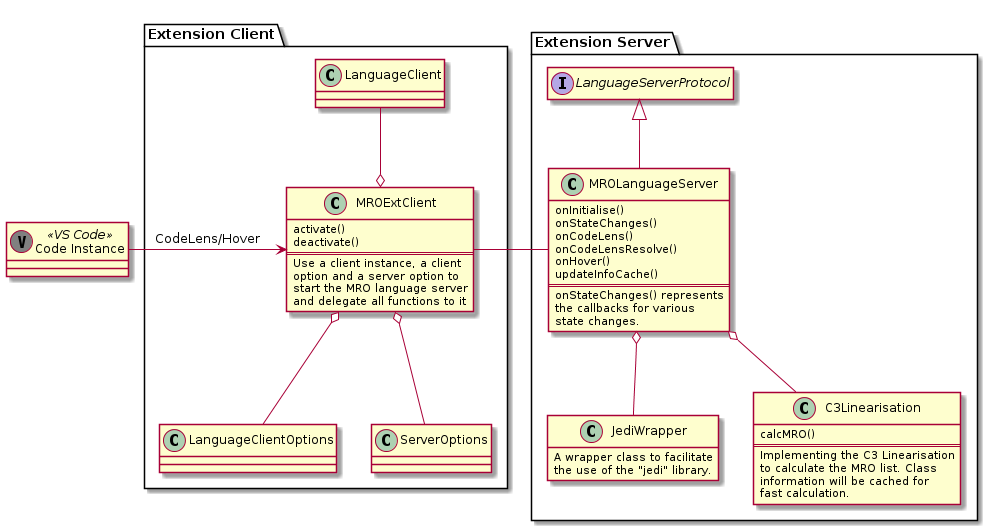
Before: umls/pics/class_diagram/class_diagram.png, a diagram exported from PlantUML (mosckital/vscode_python_mro). The source it was exported from:
```plantuml
@startuml
class "Code Instance" <<(V,grey) VS Code>>
package "Extension Client" {
    class MROExtClient {
        activate()
        deactivate()
        ==
        Use a client instance, a client
        option and a server option to
        start the MRO language server
        and delegate all functions to it
    }
    class LanguageClient
    MROExtClient o-u- LanguageClient
    class LanguageClientOptions
    MROExtClient o-- LanguageClientOptions
    class ServerOptions
    MROExtClient o-- ServerOptions
}
package "Extension Server" {
    class MROLanguageServer{
        onInitialise()
        onStateChanges()
        onCodeLens()
        onCodeLensResolve()
        onHover()
        updateInfoCache()
        ==
        onStateChanges() represents
        the callbacks for various
        state changes.
    }
    interface LanguageServerProtocol
    hide LanguageServerProtocol members
    MROLanguageServer -u-^ LanguageServerProtocol
    class JediWrapper {
        A wrapper class to facilitate
        the use of the "jedi" library.
    }
    hide JediWrapper methods
    MROLanguageServer o-- JediWrapper
    class C3Linearisation {
        calcMRO()
        ==
        Implementing the C3 Linearisation
        to calculate the MRO list. Class
        information will be cached for
        fast calculation.
    }
    MROLanguageServer o-- C3Linearisation
}
"Code Instance" -r-> MROExtClient : CodeLens/Hover
MROExtClient -r- MROLanguageServer
@enduml
```
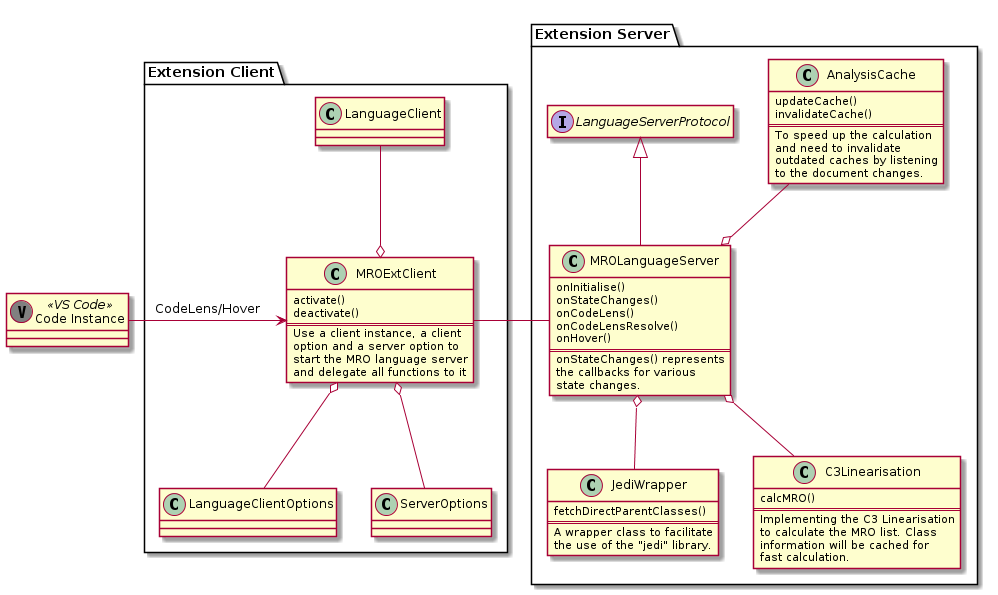
After the change.

Commit message:
Minor corrections to both use case and class diagram. (#3)

Diff of the diagram source:
```diff
@@ -1,4 +1,4 @@
-@startuml
+@startuml class_diagram
 class "Code Instance" <<(V,grey) VS Code>>
 package "Extension Client" {
     class MROExtClient {
@@ -24,7 +24,6 @@
         onCodeLens()
         onCodeLensResolve()
         onHover()
-        updateInfoCache()
         ==
         onStateChanges() represents
         the callbacks for various
@@ -34,10 +33,11 @@
     hide LanguageServerProtocol members
     MROLanguageServer -u-^ LanguageServerProtocol
     class JediWrapper {
+        fetchDirectParentClasses()
+        ==
         A wrapper class to facilitate
         the use of the "jedi" library.
     }
-    hide JediWrapper methods
     MROLanguageServer o-- JediWrapper
     class C3Linearisation {
         calcMRO()
@@ -48,6 +48,16 @@
         fast calculation.
     }
     MROLanguageServer o-- C3Linearisation
+    class AnalysisCache {
+        updateCache()
+        invalidateCache()
+        ==
+        To speed up the calculation
+        and need to invalidate
+        outdated caches by listening
+        to the document changes.
+    }
+    MROLanguageServer o-u- AnalysisCache
 }
 "Code Instance" -r-> MROExtClient : CodeLens/Hover
 MROExtClient -r- MROLanguageServer
```
